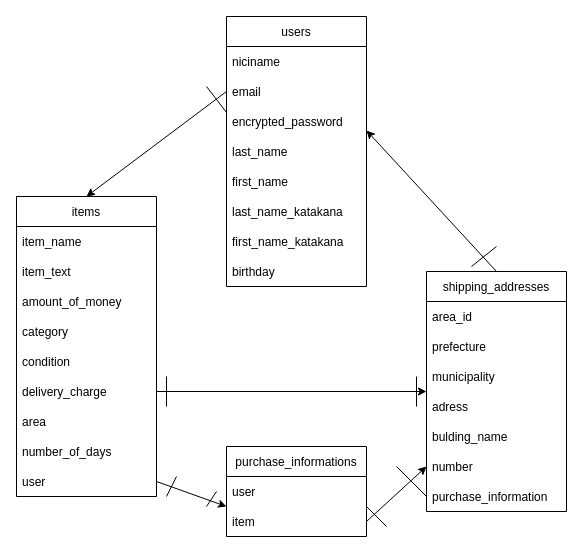
The draw.io diagram furima.dio in TKIN10/furima-38870, before the edit. Source tidied: cells renumbered, new cells numbered last; positions are measured from the earlier drawing's top-left corner, leaving out a move shared by most shapes. Both pictures are drawn from the tidied source at 100%, with x=0, y=0 at pixel (16, 16).
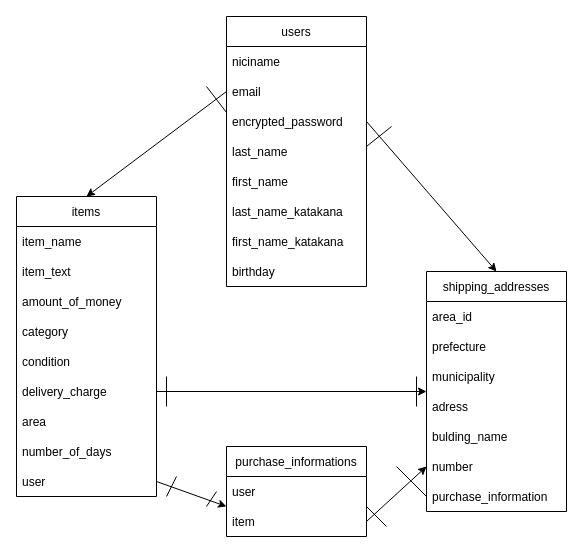
The same page after the edit.

Commit message (it also covers changes not shown here):
(4回目)データベース設計

Unchanged cells that the change refers to:
```xml
<mxCell id="5" value="encrypted_password" style="text;strokeColor=none;fillColor=none;align=left;verticalAlign=middle;spacingLeft=4;spacingRight=4;overflow=hidden;points=[[0,0.5],[1,0.5]];portConstraint=eastwest;" parent="2" vertex="1">
  <mxGeometry y="90" width="140" height="30" as="geometry" />
</mxCell>
<mxCell id="25" value="shipping_addresses" style="swimlane;fontStyle=0;horizontal=1;startSize=30;" parent="1" vertex="1">
  <mxGeometry x="410" y="255" width="140" height="240" as="geometry" />
</mxCell>
```

Diff of the diagram source:
```diff
@@
-    <mxCell id="24" style="edgeStyle=none;html=1;exitX=0.5;exitY=0;exitDx=0;exitDy=0;entryX=1;entryY=0.8;entryDx=0;entryDy=0;entryPerimeter=0;" parent="1" edge="1" source="25" target="5">
-      <mxGeometry relative="1" as="geometry" />
-    </mxCell>
@@
     <mxCell id="37" style="endArrow=none;html=1;" parent="1" edge="1">
       <mxGeometry relative="1" as="geometry">
-        <mxPoint x="455" y="250" as="sourcePoint" />
-        <mxPoint x="480" y="230" as="targetPoint" />
+        <mxPoint x="350" y="130" as="sourcePoint" />
+        <mxPoint x="375" y="110" as="targetPoint" />
       </mxGeometry>
     </mxCell>
@@
+    <mxCell id="45" style="edgeStyle=none;html=1;exitX=1;exitY=0.5;exitDx=0;exitDy=0;entryX=0.5;entryY=0;entryDx=0;entryDy=0;" parent="1" edge="1" source="5" target="25">
+      <mxGeometry relative="1" as="geometry" />
+    </mxCell>
```
